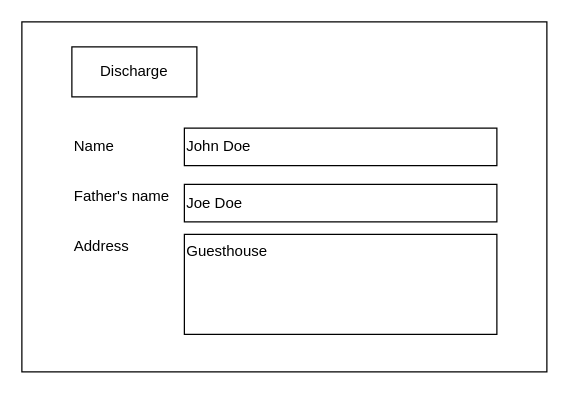
Before: content/2021-07-17_cross-module-links/img/screen-concept.drawio in experimental-software/blog, a draw.io diagram. Source tidied: cells renumbered, new cells numbered last; positions are measured from the earlier drawing's top-left corner, leaving out a move shared by most shapes. Both pictures are drawn from the tidied source at 125%, with x=0, y=0 at pixel (21, 21).
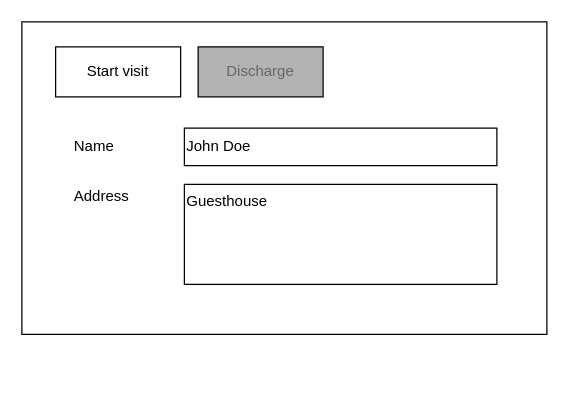
The same page after the edit.

The edit, as a diff of the source:
```diff
@@
 <mxGraphModel>
   <root>
     <mxCell id="0" />
     <mxCell id="1" parent="0" />
     <mxCell id="2" style="rounded=0;whiteSpace=wrap;html=1;align=left;" parent="1" vertex="1">
-      <mxGeometry width="420" height="280" as="geometry" />
+      <mxGeometry width="420" height="250" as="geometry" />
     </mxCell>
-    <mxCell id="3" value="Discharge" style="rounded=0;whiteSpace=wrap;html=1;" parent="1" vertex="1">
-      <mxGeometry x="40" y="20" width="100" height="40" as="geometry" />
+    <mxCell id="3" value="Discharge" style="rounded=0;whiteSpace=wrap;html=1;fillColor=#B3B3B3;fontColor=#666666;" parent="1" vertex="1">
+      <mxGeometry x="141" y="20" width="100" height="40" as="geometry" />
     </mxCell>
     <mxCell id="4" value="Name" style="text;html=1;strokeColor=none;fillColor=none;align=left;verticalAlign=middle;whiteSpace=wrap;rounded=0;" parent="1" vertex="1">
       <mxGeometry x="40" y="90" width="40" height="20" as="geometry" />
     </mxCell>
     <mxCell id="5" value="Address" style="text;html=1;strokeColor=none;fillColor=none;align=left;verticalAlign=middle;whiteSpace=wrap;rounded=0;" parent="1" vertex="1">
-      <mxGeometry x="40" y="170" width="40" height="20" as="geometry" />
+      <mxGeometry x="40" y="130" width="40" height="20" as="geometry" />
     </mxCell>
-    <mxCell id="6" value="Father's name" style="text;html=1;strokeColor=none;fillColor=none;align=left;verticalAlign=middle;whiteSpace=wrap;rounded=0;" parent="1" vertex="1">
-      <mxGeometry x="40" y="130" width="90" height="20" as="geometry" />
-    </mxCell>
     <mxCell id="7" value="John Doe" style="rounded=0;whiteSpace=wrap;html=1;align=left;" parent="1" vertex="1">
       <mxGeometry x="130" y="85" width="250" height="30" as="geometry" />
     </mxCell>
-    <mxCell id="8" value="Joe Doe" style="rounded=0;whiteSpace=wrap;html=1;align=left;" parent="1" vertex="1">
-      <mxGeometry x="130" y="130" width="250" height="30" as="geometry" />
-    </mxCell>
     <mxCell id="9" value="Guesthouse" style="rounded=0;whiteSpace=wrap;html=1;align=left;verticalAlign=top;" parent="1" vertex="1">
-      <mxGeometry x="130" y="170" width="250" height="80" as="geometry" />
+      <mxGeometry x="130" y="130" width="250" height="80" as="geometry" />
     </mxCell>
+    <mxCell id="10" value="Start visit" style="rounded=0;whiteSpace=wrap;html=1;" parent="1" vertex="1">
+      <mxGeometry x="27" y="20" width="100" height="40" as="geometry" />
+    </mxCell>
   </root>
 </mxGraphModel>
```
